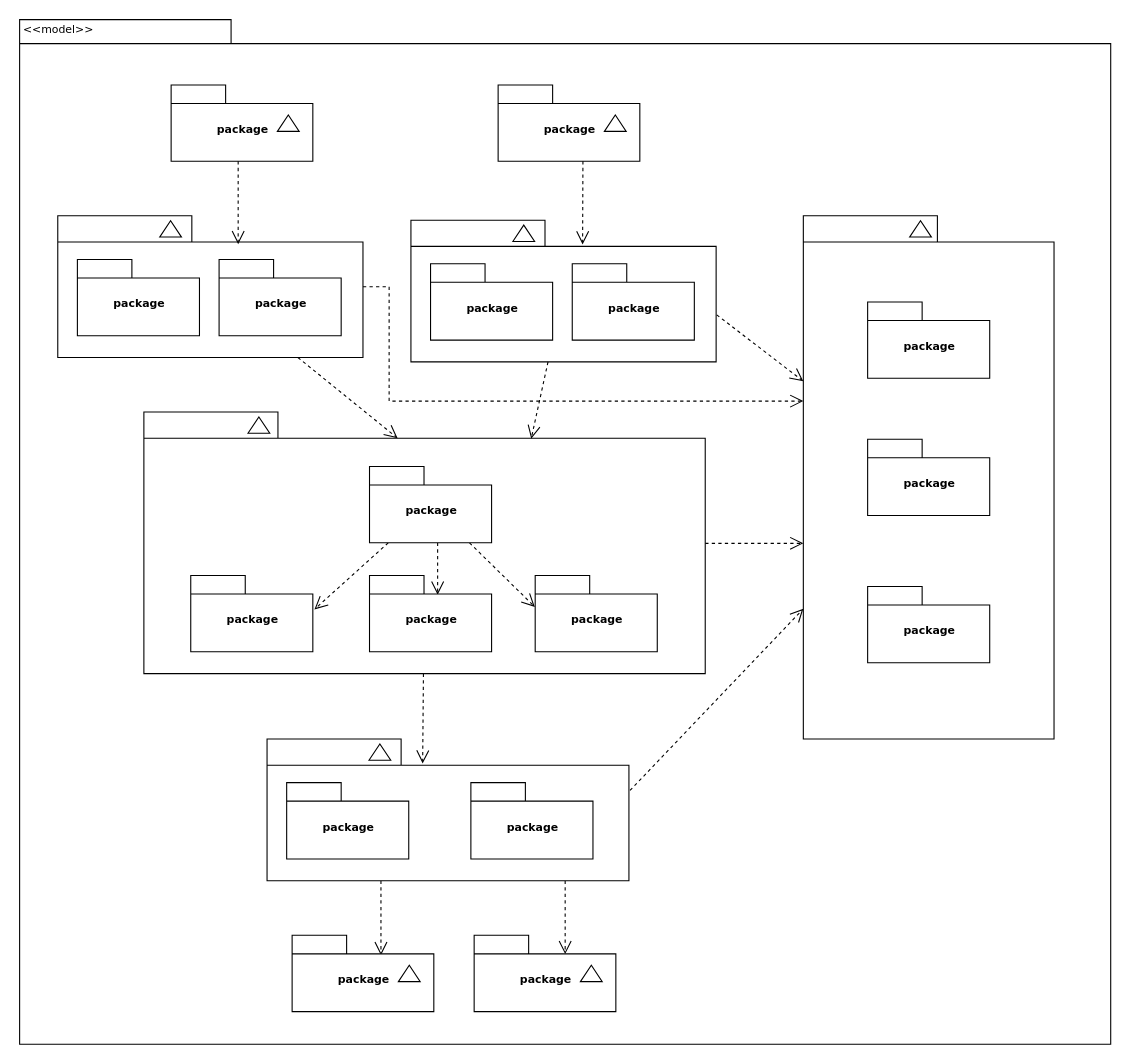
Above: Analytics Platform Data Sources .drawio in Swaraj-Bharti/softwarearchitectcert (draw.io), before the change. Source tidied: cells renumbered, new cells numbered last; positions are measured from the earlier drawing's top-left corner, leaving out a move shared by most shapes. Both pictures are drawn from the tidied source at 109%, with x=0, y=0 at pixel (19, 19).
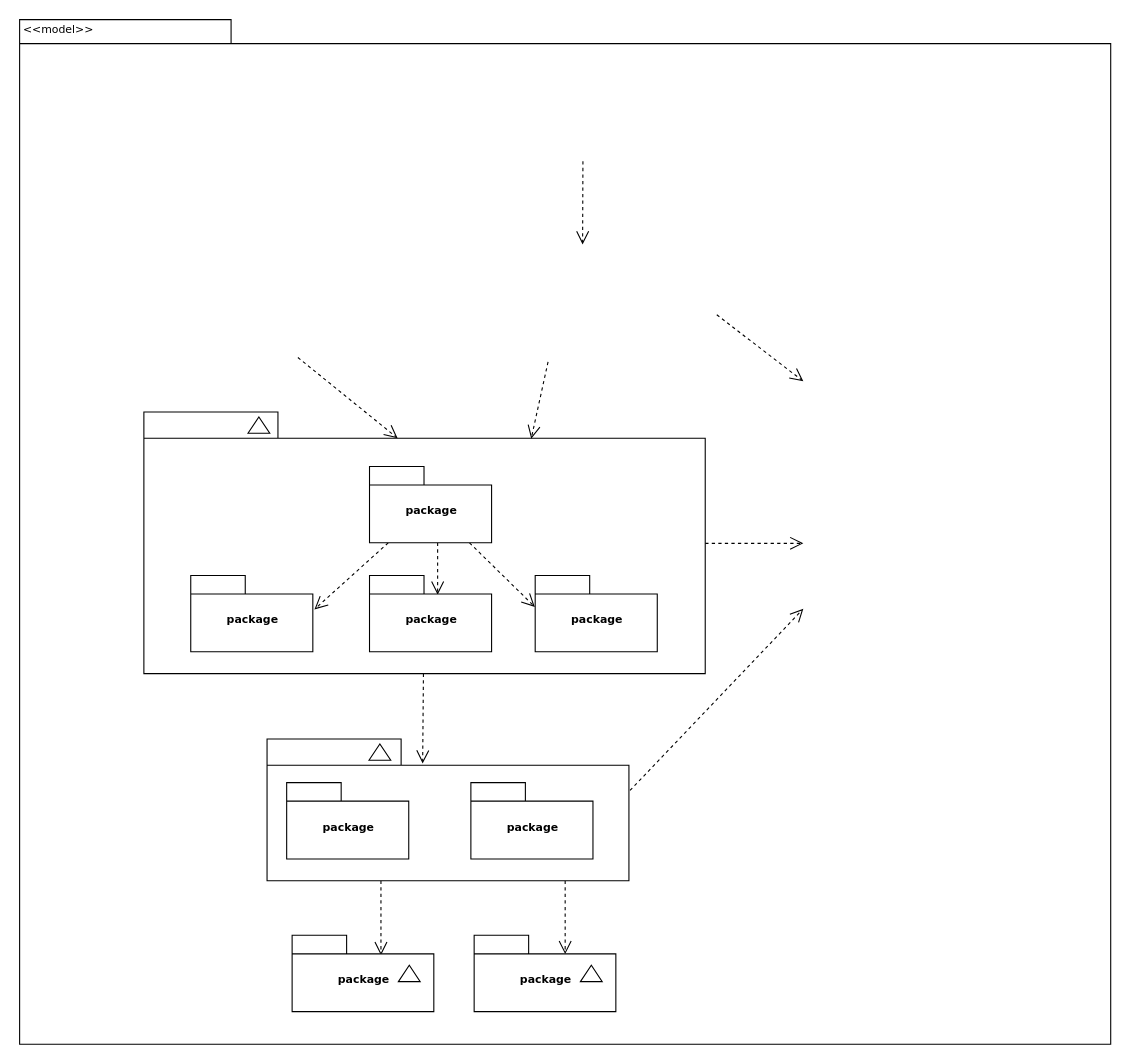
The same page after the edit.

Unchanged cells that the change refers to:
```xml
<mxCell id="28" style="shape=folder;fontStyle=1;spacingTop=10;tabWidth=123;tabHeight=24;tabPosition=left;html=1;rounded=0;shadow=0;comic=0;labelBackgroundColor=none;strokeColor=#000000;strokeWidth=1;fillColor=#ffffff;fontFamily=Verdana;fontSize=10;fontColor=#000000;align=center;" parent="1" vertex="1">
  <mxGeometry x="114.5" y="360.5" width="515" height="240" as="geometry" />
</mxCell>
<mxCell id="39" style="shape=folder;fontStyle=1;spacingTop=10;tabWidth=123;tabHeight=24;tabPosition=left;html=1;rounded=0;shadow=0;comic=0;labelBackgroundColor=none;strokeWidth=1;fontFamily=Verdana;fontSize=10;align=center;" parent="1" vertex="1">
  <mxGeometry x="227.5" y="660.5" width="332" height="130" as="geometry" />
</mxCell>
```

The edit, as a diff of the source:
```diff
@@
-    <mxCell id="3" style="group;" parent="1" vertex="1">
-      <mxGeometry x="139.5" y="60.5" width="130" height="70" as="geometry" />
-    </mxCell>
-    <mxCell id="4" value="package" style="shape=folder;fontStyle=1;spacingTop=10;tabWidth=50;tabHeight=17;tabPosition=left;html=1;rounded=0;shadow=0;comic=0;labelBackgroundColor=none;strokeWidth=1;fontFamily=Verdana;fontSize=10;align=center;" parent="3" vertex="1">
-      <mxGeometry width="130" height="70" as="geometry" />
-    </mxCell>
-    <mxCell id="5" style="triangle;whiteSpace=wrap;html=1;rounded=0;shadow=0;comic=0;labelBackgroundColor=none;strokeWidth=1;fontFamily=Verdana;fontSize=10;align=center;rotation=-90;" parent="3" vertex="1">
-      <mxGeometry x="100" y="25" width="15" height="20" as="geometry" />
-    </mxCell>
-    <mxCell id="6" style="group;" parent="1" vertex="1">
-      <mxGeometry x="439.5" y="60.5" width="130" height="70" as="geometry" />
-    </mxCell>
-    <mxCell id="7" value="package" style="shape=folder;fontStyle=1;spacingTop=10;tabWidth=50;tabHeight=17;tabPosition=left;html=1;rounded=0;shadow=0;comic=0;labelBackgroundColor=none;strokeWidth=1;fontFamily=Verdana;fontSize=10;align=center;" parent="6" vertex="1">
-      <mxGeometry width="130" height="70" as="geometry" />
-    </mxCell>
-    <mxCell id="8" style="triangle;whiteSpace=wrap;html=1;rounded=0;shadow=0;comic=0;labelBackgroundColor=none;strokeWidth=1;fontFamily=Verdana;fontSize=10;align=center;rotation=-90;" parent="6" vertex="1">
-      <mxGeometry x="100" y="25" width="15" height="20" as="geometry" />
-    </mxCell>
-    <mxCell id="9" style="group;" parent="1" vertex="1">
-      <mxGeometry x="35.5" y="180.5" width="280" height="130" as="geometry" />
-    </mxCell>
-    <mxCell id="10" style="shape=folder;fontStyle=1;spacingTop=10;tabWidth=123;tabHeight=24;tabPosition=left;html=1;rounded=0;shadow=0;comic=0;labelBackgroundColor=none;strokeWidth=1;fontFamily=Verdana;fontSize=10;align=center;" parent="9" vertex="1">
-      <mxGeometry width="280" height="130" as="geometry" />
-    </mxCell>
-    <mxCell id="11" style="triangle;whiteSpace=wrap;html=1;rounded=0;shadow=0;comic=0;labelBackgroundColor=none;strokeWidth=1;fontFamily=Verdana;fontSize=10;align=center;rotation=-90;" parent="9" vertex="1">
-      <mxGeometry x="96" y="2" width="15" height="20" as="geometry" />
-    </mxCell>
-    <mxCell id="12" value="package" style="shape=folder;fontStyle=1;spacingTop=10;tabWidth=50;tabHeight=17;tabPosition=left;html=1;rounded=0;shadow=0;comic=0;labelBackgroundColor=none;strokeWidth=1;fontFamily=Verdana;fontSize=10;align=center;" parent="9" vertex="1">
-      <mxGeometry x="18" y="40" width="112" height="70" as="geometry" />
-    </mxCell>
-    <mxCell id="13" value="package" style="shape=folder;fontStyle=1;spacingTop=10;tabWidth=50;tabHeight=17;tabPosition=left;html=1;rounded=0;shadow=0;comic=0;labelBackgroundColor=none;strokeWidth=1;fontFamily=Verdana;fontSize=10;align=center;" parent="9" vertex="1">
-      <mxGeometry x="148" y="40" width="112" height="70" as="geometry" />
-    </mxCell>
-    <mxCell id="14" style="group;" parent="1" vertex="1">
-      <mxGeometry x="359.5" y="184.5" width="280" height="130" as="geometry" />
-    </mxCell>
-    <mxCell id="15" style="shape=folder;fontStyle=1;spacingTop=10;tabWidth=123;tabHeight=24;tabPosition=left;html=1;rounded=0;shadow=0;comic=0;labelBackgroundColor=none;strokeWidth=1;fontFamily=Verdana;fontSize=10;align=center;" parent="14" vertex="1">
-      <mxGeometry width="280" height="130" as="geometry" />
-    </mxCell>
-    <mxCell id="16" style="triangle;whiteSpace=wrap;html=1;rounded=0;shadow=0;comic=0;labelBackgroundColor=none;strokeWidth=1;fontFamily=Verdana;fontSize=10;align=center;rotation=-90;" parent="14" vertex="1">
-      <mxGeometry x="96" y="2" width="15" height="20" as="geometry" />
-    </mxCell>
-    <mxCell id="17" value="package" style="shape=folder;fontStyle=1;spacingTop=10;tabWidth=50;tabHeight=17;tabPosition=left;html=1;rounded=0;shadow=0;comic=0;labelBackgroundColor=none;strokeWidth=1;fontFamily=Verdana;fontSize=10;align=center;" parent="14" vertex="1">
-      <mxGeometry x="18" y="40" width="112" height="70" as="geometry" />
-    </mxCell>
-    <mxCell id="18" value="package" style="shape=folder;fontStyle=1;spacingTop=10;tabWidth=50;tabHeight=17;tabPosition=left;html=1;rounded=0;shadow=0;comic=0;labelBackgroundColor=none;strokeWidth=1;fontFamily=Verdana;fontSize=10;align=center;" parent="14" vertex="1">
-      <mxGeometry x="148" y="40" width="112" height="70" as="geometry" />
-    </mxCell>
-    <mxCell id="19" style="group;" parent="1" vertex="1">
-      <mxGeometry x="719.5" y="180.5" width="230" height="480" as="geometry" />
-    </mxCell>
-    <mxCell id="20" style="group;" parent="19" vertex="1">
-      <mxGeometry width="230" height="480" as="geometry" />
-    </mxCell>
-    <mxCell id="21" style="shape=folder;fontStyle=1;spacingTop=10;tabWidth=123;tabHeight=24;tabPosition=left;html=1;rounded=0;shadow=0;comic=0;labelBackgroundColor=none;strokeWidth=1;fontFamily=Verdana;fontSize=10;align=center;" parent="20" vertex="1">
-      <mxGeometry width="230" height="480" as="geometry" />
-    </mxCell>
-    <mxCell id="22" style="triangle;whiteSpace=wrap;html=1;rounded=0;shadow=0;comic=0;labelBackgroundColor=none;strokeWidth=1;fontFamily=Verdana;fontSize=10;align=center;rotation=-90;" parent="20" vertex="1">
-      <mxGeometry x="100" y="2" width="15" height="20" as="geometry" />
-    </mxCell>
-    <mxCell id="23" value="package" style="shape=folder;fontStyle=1;spacingTop=10;tabWidth=50;tabHeight=17;tabPosition=left;html=1;rounded=0;shadow=0;comic=0;labelBackgroundColor=none;strokeWidth=1;fontFamily=Verdana;fontSize=10;align=center;" parent="20" vertex="1">
-      <mxGeometry x="59" y="79" width="112" height="70" as="geometry" />
-    </mxCell>
-    <mxCell id="24" value="package" style="shape=folder;fontStyle=1;spacingTop=10;tabWidth=50;tabHeight=17;tabPosition=left;html=1;rounded=0;shadow=0;comic=0;labelBackgroundColor=none;strokeWidth=1;fontFamily=Verdana;fontSize=10;align=center;" parent="20" vertex="1">
-      <mxGeometry x="59" y="205" width="112" height="70" as="geometry" />
-    </mxCell>
-    <mxCell id="25" value="package" style="shape=folder;fontStyle=1;spacingTop=10;tabWidth=50;tabHeight=17;tabPosition=left;html=1;rounded=0;shadow=0;comic=0;labelBackgroundColor=none;strokeWidth=1;fontFamily=Verdana;fontSize=10;align=center;" parent="20" vertex="1">
-      <mxGeometry x="59" y="340" width="112" height="70" as="geometry" />
-    </mxCell>
@@
-    <mxCell id="27" style="edgeStyle=elbowEdgeStyle;rounded=0;html=1;dashed=1;labelBackgroundColor=none;startFill=0;endArrow=open;endFill=0;endSize=10;fontFamily=Verdana;fontSize=10;elbow=vertical;" parent="1" edge="1" source="28" target="21">
-      <mxGeometry relative="1" as="geometry" />
+    <mxCell id="27" style="edgeStyle=elbowEdgeStyle;rounded=0;html=1;dashed=1;labelBackgroundColor=none;startFill=0;endArrow=open;endFill=0;endSize=10;fontFamily=Verdana;fontSize=10;elbow=vertical;" parent="1" edge="1" source="28">
+      <mxGeometry relative="1" as="geometry">
+        <mxPoint x="719.5" y="481" as="targetPoint" />
+      </mxGeometry>
     </mxCell>
@@
-    <mxCell id="38" style="edgeStyle=none;rounded=0;html=1;dashed=1;labelBackgroundColor=none;startFill=0;endArrow=open;endFill=0;endSize=10;fontFamily=Verdana;fontSize=10;exitX=1.003;exitY=0.363;exitPerimeter=0;" parent="1" edge="1" source="39" target="21">
-      <mxGeometry relative="1" as="geometry" />
+    <mxCell id="38" style="edgeStyle=none;rounded=0;html=1;dashed=1;labelBackgroundColor=none;startFill=0;endArrow=open;endFill=0;endSize=10;fontFamily=Verdana;fontSize=10;exitX=1.003;exitY=0.363;exitPerimeter=0;" parent="1" edge="1" source="39">
+      <mxGeometry relative="1" as="geometry">
+        <mxPoint x="719.5" y="541" as="targetPoint" />
+      </mxGeometry>
     </mxCell>
@@
-    <mxCell id="50" style="rounded=0;html=1;dashed=1;labelBackgroundColor=none;startFill=0;endArrow=open;endFill=0;endSize=10;fontFamily=Verdana;fontSize=10;entryX=0.592;entryY=0.2;entryPerimeter=0;edgeStyle=elbowEdgeStyle;" parent="1" edge="1" source="4" target="10">
-      <mxGeometry relative="1" as="geometry" />
-    </mxCell>
@@
-    <mxCell id="52" style="rounded=0;html=1;entryX=0.452;entryY=0.1;entryPerimeter=0;dashed=1;labelBackgroundColor=none;startFill=0;endArrow=open;endFill=0;endSize=10;fontFamily=Verdana;fontSize=10;" parent="1" edge="1" source="10" target="28">
-      <mxGeometry relative="1" as="geometry" />
+    <mxCell id="52" style="rounded=0;html=1;entryX=0.452;entryY=0.1;entryPerimeter=0;dashed=1;labelBackgroundColor=none;startFill=0;endArrow=open;endFill=0;endSize=10;fontFamily=Verdana;fontSize=10;" parent="1" edge="1" target="28">
+      <mxGeometry relative="1" as="geometry">
+        <mxPoint x="255.8" y="310.5" as="sourcePoint" />
+      </mxGeometry>
     </mxCell>
-    <mxCell id="53" style="edgeStyle=none;rounded=0;html=1;entryX=0.69;entryY=0.102;entryPerimeter=0;dashed=1;labelBackgroundColor=none;startFill=0;endArrow=open;endFill=0;endSize=10;fontFamily=Verdana;fontSize=10;" parent="1" edge="1" source="15" target="28">
-      <mxGeometry relative="1" as="geometry" />
+    <mxCell id="53" style="edgeStyle=none;rounded=0;html=1;entryX=0.69;entryY=0.102;entryPerimeter=0;dashed=1;labelBackgroundColor=none;startFill=0;endArrow=open;endFill=0;endSize=10;fontFamily=Verdana;fontSize=10;" parent="1" edge="1" target="28">
+      <mxGeometry relative="1" as="geometry">
+        <mxPoint x="485.3" y="314.5" as="sourcePoint" />
+      </mxGeometry>
     </mxCell>
-    <mxCell id="54" style="edgeStyle=none;rounded=0;html=1;dashed=1;labelBackgroundColor=none;startFill=0;endArrow=open;endFill=0;endSize=10;fontFamily=Verdana;fontSize=10;exitX=1.002;exitY=0.668;exitPerimeter=0;" parent="1" edge="1" source="15" target="21">
-      <mxGeometry relative="1" as="geometry" />
+    <mxCell id="54" style="edgeStyle=none;rounded=0;html=1;dashed=1;labelBackgroundColor=none;startFill=0;endArrow=open;endFill=0;endSize=10;fontFamily=Verdana;fontSize=10;exitX=1.002;exitY=0.668;exitPerimeter=0;" parent="1" edge="1">
+      <mxGeometry relative="1" as="geometry">
+        <mxPoint x="640.1" y="271.3" as="sourcePoint" />
+        <mxPoint x="719.5" y="332.3" as="targetPoint" />
+      </mxGeometry>
     </mxCell>
-    <mxCell id="55" style="edgeStyle=orthogonalEdgeStyle;rounded=0;html=1;dashed=1;labelBackgroundColor=none;startFill=0;endArrow=open;endFill=0;endSize=10;fontFamily=Verdana;fontSize=10;" parent="1" edge="1" source="10" target="21">
-      <mxGeometry relative="1" as="geometry">
-        <Array as="points">
-          <mxPoint x="339.5" y="245.5" />
-          <mxPoint x="339.5" y="350.5" />
-        </Array>
-      </mxGeometry>
-    </mxCell>
```
